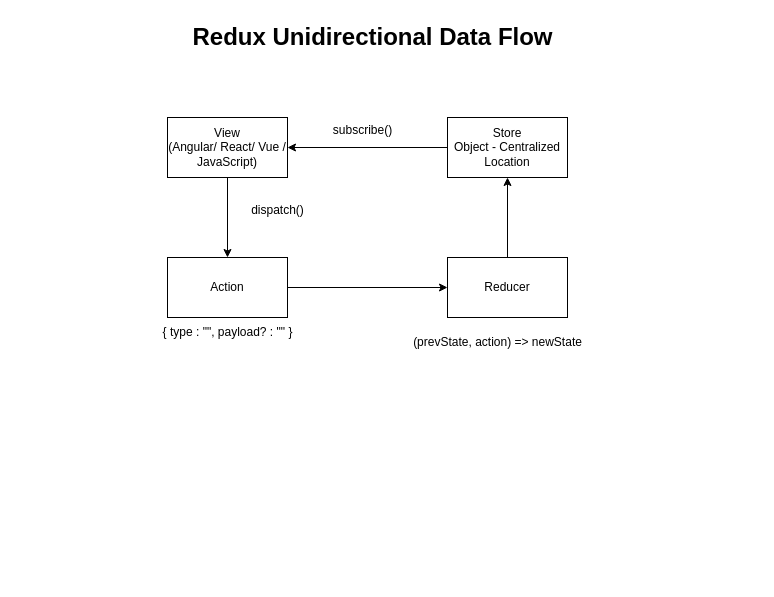
This is page "Page-7" (7 of 7) of material/diagrams.drawio from synergy2411/jun-24-react_v2, a draw.io file, before an edit. Source tidied: cells renumbered, new cells numbered last; positions are measured from the earlier drawing's top-left corner, leaving out a move shared by most shapes. Both pictures are drawn from the tidied source at 100%, with x=0, y=0 at pixel (152, 17).
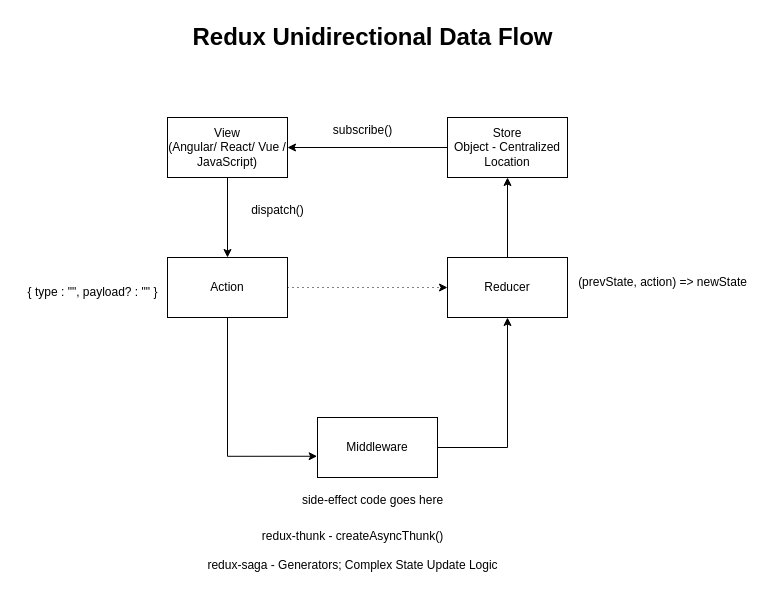
The same diagram, later.

Change to the diagram source:
```diff
@@
 <mxGraphModel>
   <root>
     <mxCell id="0" />
     <mxCell id="1" parent="0" />
     <mxCell id="2" style="edgeStyle=orthogonalEdgeStyle;rounded=0;jettySize=auto;html=1;" parent="1" edge="1" source="3" target="5">
       <mxGeometry relative="1" as="geometry" />
     </mxCell>
     <mxCell id="3" value="View&lt;div&gt;(Angular/ React/ Vue / JavaScript)&lt;/div&gt;" style="rounded=0;whiteSpace=wrap;html=1;" parent="1" vertex="1">
       <mxGeometry x="15" y="100" width="120" height="60" as="geometry" />
     </mxCell>
-    <mxCell id="4" style="edgeStyle=orthogonalEdgeStyle;rounded=0;jettySize=auto;html=1;" parent="1" edge="1" source="5" target="9">
+    <mxCell id="4" style="edgeStyle=orthogonalEdgeStyle;rounded=0;jettySize=auto;html=1;dashed=1;dashPattern=1 4;" parent="1" edge="1" source="5" target="9">
       <mxGeometry relative="1" as="geometry" />
     </mxCell>
     <mxCell id="5" value="Action" style="rounded=0;whiteSpace=wrap;html=1;" parent="1" vertex="1">
       <mxGeometry x="15" y="240" width="120" height="60" as="geometry" />
     </mxCell>
     <mxCell id="6" value="dispatch()" style="text;html=1;align=center;verticalAlign=middle;strokeColor=none;fillColor=none;" parent="1" vertex="1">
       <mxGeometry x="85" y="178" width="80" height="30" as="geometry" />
     </mxCell>
     <mxCell id="7" value="{ type : &quot;&quot;, payload? : &quot;&quot; }" style="text;html=1;align=center;verticalAlign=middle;strokeColor=none;fillColor=none;" parent="1" vertex="1">
-      <mxGeometry y="300" width="150" height="30" as="geometry" />
+      <mxGeometry x="-135" y="260" width="150" height="30" as="geometry" />
     </mxCell>
     <mxCell id="8" style="edgeStyle=orthogonalEdgeStyle;rounded=0;jettySize=auto;html=1;" parent="1" edge="1" source="9" target="13">
       <mxGeometry relative="1" as="geometry" />
     </mxCell>
     <mxCell id="9" value="Reducer" style="rounded=0;whiteSpace=wrap;html=1;" parent="1" vertex="1">
       <mxGeometry x="295" y="240" width="120" height="60" as="geometry" />
     </mxCell>
     <mxCell id="10" value="(prevState, action) =&amp;gt; newState" style="text;html=1;align=center;verticalAlign=middle;strokeColor=none;fillColor=none;" parent="1" vertex="1">
-      <mxGeometry x="250" y="310" width="190" height="30" as="geometry" />
+      <mxGeometry x="415" y="250" width="190" height="30" as="geometry" />
     </mxCell>
     <mxCell id="11" value="Redux Unidirectional Data Flow" style="text;strokeColor=none;fillColor=none;html=1;fontSize=24;fontStyle=1;verticalAlign=middle;align=center;" parent="1" vertex="1">
       <mxGeometry x="170" width="100" height="40" as="geometry" />
     </mxCell>
     <mxCell id="12" style="edgeStyle=orthogonalEdgeStyle;rounded=0;jettySize=auto;html=1;exitX=0;exitY=0.5;exitDx=0;exitDy=0;entryX=1;entryY=0.5;entryDx=0;entryDy=0;" parent="1" edge="1" source="13" target="3">
       <mxGeometry relative="1" as="geometry" />
     </mxCell>
     <mxCell id="13" value="Store&lt;div&gt;Object - Centralized Location&lt;/div&gt;" style="rounded=0;whiteSpace=wrap;html=1;" parent="1" vertex="1">
       <mxGeometry x="295" y="100" width="120" height="60" as="geometry" />
     </mxCell>
     <mxCell id="14" value="subscribe()" style="text;html=1;align=center;verticalAlign=middle;strokeColor=none;fillColor=none;" parent="1" vertex="1">
       <mxGeometry x="170" y="98" width="80" height="30" as="geometry" />
     </mxCell>
+    <mxCell id="15" style="edgeStyle=orthogonalEdgeStyle;rounded=0;jettySize=auto;html=1;exitX=1;exitY=0.5;exitDx=0;exitDy=0;entryX=0.5;entryY=1;entryDx=0;entryDy=0;" parent="1" edge="1" source="16" target="9">
+      <mxGeometry relative="1" as="geometry" />
+    </mxCell>
+    <mxCell id="16" value="Middleware" style="rounded=0;whiteSpace=wrap;html=1;" parent="1" vertex="1">
+      <mxGeometry x="165" y="400" width="120" height="60" as="geometry" />
+    </mxCell>
+    <mxCell id="17" value="side-effect code goes here" style="text;html=1;align=center;verticalAlign=middle;strokeColor=none;fillColor=none;" parent="1" vertex="1">
+      <mxGeometry x="140" y="468" width="160" height="30" as="geometry" />
+    </mxCell>
+    <mxCell id="18" style="edgeStyle=orthogonalEdgeStyle;rounded=0;jettySize=auto;html=1;exitX=0.5;exitY=1;exitDx=0;exitDy=0;entryX=-0.003;entryY=0.646;entryDx=0;entryDy=0;entryPerimeter=0;" parent="1" edge="1" source="5" target="16">
+      <mxGeometry relative="1" as="geometry" />
+    </mxCell>
+    <mxCell id="19" value="redux-thunk - createAsyncThunk()&lt;div&gt;&lt;br&gt;&lt;/div&gt;&lt;div&gt;redux-saga - Generators; Complex State Update Logic&lt;/div&gt;" style="text;html=1;align=center;verticalAlign=middle;strokeColor=none;fillColor=none;" parent="1" vertex="1">
+      <mxGeometry x="45" y="503" width="310" height="60" as="geometry" />
+    </mxCell>
   </root>
 </mxGraphModel>
```
